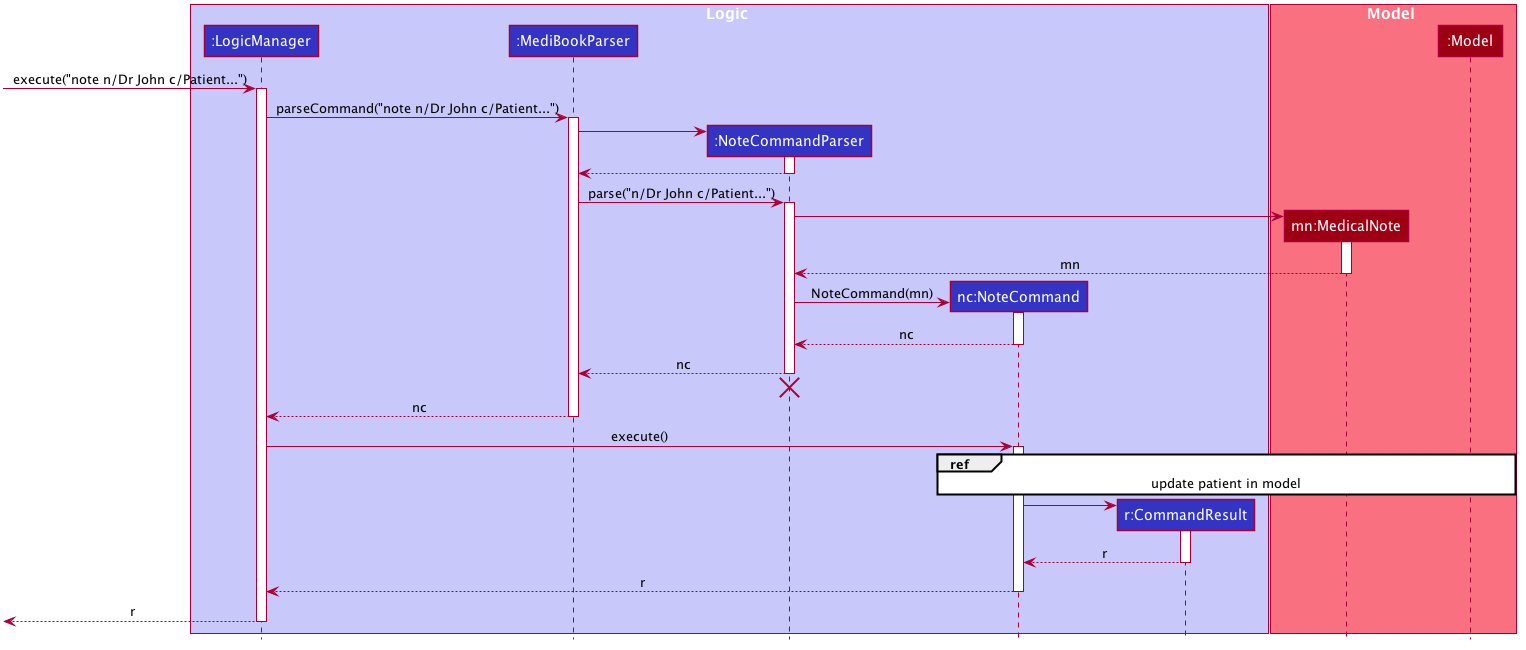
Before: docs/images/NoteSequenceDiagramFocusLogic.png, a diagram exported from PlantUML (wang-jun-hao/tp).
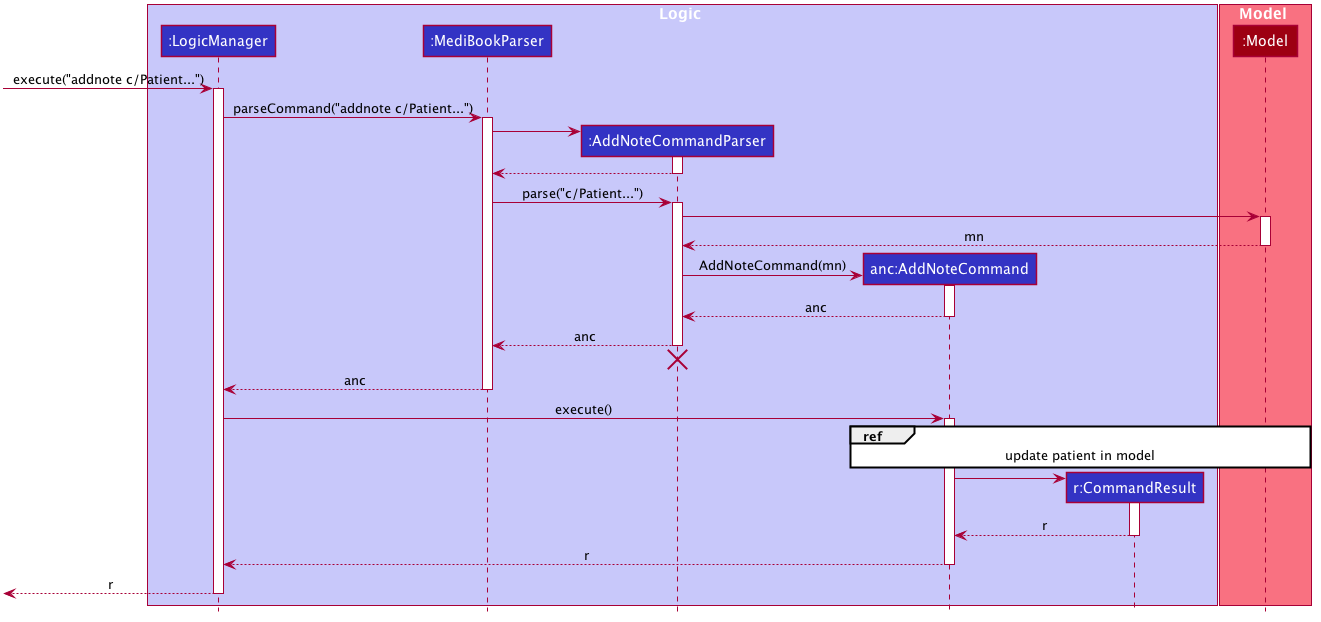
After the commit.

Commit message:
Update DG from note command to addnote command

What changed in the source:
```diff
@@ -51,70 +51,68 @@
 box Logic #C8C8FA
 participant ":LogicManager" as LogicManager #3333C4
 participant ":MediBookParser" as MediBookParser #3333C4
-participant ":NoteCommandParser" as NoteCommandParser #3333C4
-participant "nc:NoteCommand" as NoteCommand #3333C4
+participant ":AddNoteCommandParser" as AddNoteCommandParser #3333C4
+participant "anc:AddNoteCommand" as AddNoteCommand #3333C4
 participant "r:CommandResult" as CommandResult #3333C4
 end box
 
 box Model #F97181
-participant "mn:MedicalNote" as MedicalNote #9D0012
 participant ":Model" as Model #9D0012
 end box
 
-[-> LogicManager : execute("note n/Dr John c/Patient...")
+[-> LogicManager : execute("addnote c/Patient...")
 activate LogicManager
 
-LogicManager -> MediBookParser : parseCommand("note n/Dr John c/Patient...")
+LogicManager -> MediBookParser : parseCommand("addnote c/Patient...")
 activate MediBookParser
 
-create NoteCommandParser
-MediBookParser -> NoteCommandParser
-activate NoteCommandParser
+create AddNoteCommandParser
+MediBookParser -> AddNoteCommandParser
+activate AddNoteCommandParser
 
-NoteCommandParser --> MediBookParser
-deactivate NoteCommandParser
+AddNoteCommandParser --> MediBookParser
+deactivate AddNoteCommandParser
 
-MediBookParser -> NoteCommandParser : parse("n/Dr John c/Patient...")
-activate NoteCommandParser
+MediBookParser -> AddNoteCommandParser : parse("c/Patient...")
+activate AddNoteCommandParser
 
-create MedicalNote
-NoteCommandParser -> MedicalNote
-activate MedicalNote
+AddNoteCommandParser -> Model
+activate Model
 
-MedicalNote --> NoteCommandParser : mn
-deactivate MedicalNote
+Model --> AddNoteCommandParser : mn
+deactivate Model
 
-create NoteCommand
-NoteCommandParser -> NoteCommand : NoteCommand(mn)
-activate NoteCommand
+create AddNoteCommand
+AddNoteCommandParser -> AddNoteCommand : AddNoteCommand(mn)
+activate AddNoteCommand
 
-NoteCommand --> NoteCommandParser : nc
-deactivate NoteCommand
+AddNoteCommand --> AddNoteCommandParser : anc
+deactivate AddNoteCommand
 
-NoteCommandParser --> MediBookParser : nc
-deactivate NoteCommandParser
+AddNoteCommandParser --> MediBookParser : anc
+deactivate AddNoteCommandParser
 
 
-NoteCommandParser -[hidden]-> MediBookParser
-destroy NoteCommandParser
+AddNoteCommandParser -[hidden]-> MediBookParser
+destroy AddNoteCommandParser
 
-MediBookParser --> LogicManager : nc
+MediBookParser --> LogicManager : anc
 deactivate MediBookParser
 
-LogicManager -> NoteCommand : execute()
-activate NoteCommand
+LogicManager -> AddNoteCommand : execute()
+activate AddNoteCommand
 
-ref over NoteCommand, Model : update patient in model
+ref over AddNoteCommand, Model : update patient in model
 
 create CommandResult
-NoteCommand -> CommandResult
+AddNoteCommand -> CommandResult
 activate CommandResult
 
-CommandResult --> NoteCommand : r
+CommandResult --> AddNoteCommand : r
 deactivate CommandResult
 
-NoteCommand --> LogicManager : r
-deactivate NoteCommand
+AddNoteCommand --> LogicManager : r
+deactivate AddNoteCommand
 
 [<--LogicManager : r
 deactivate LogicManager
```
